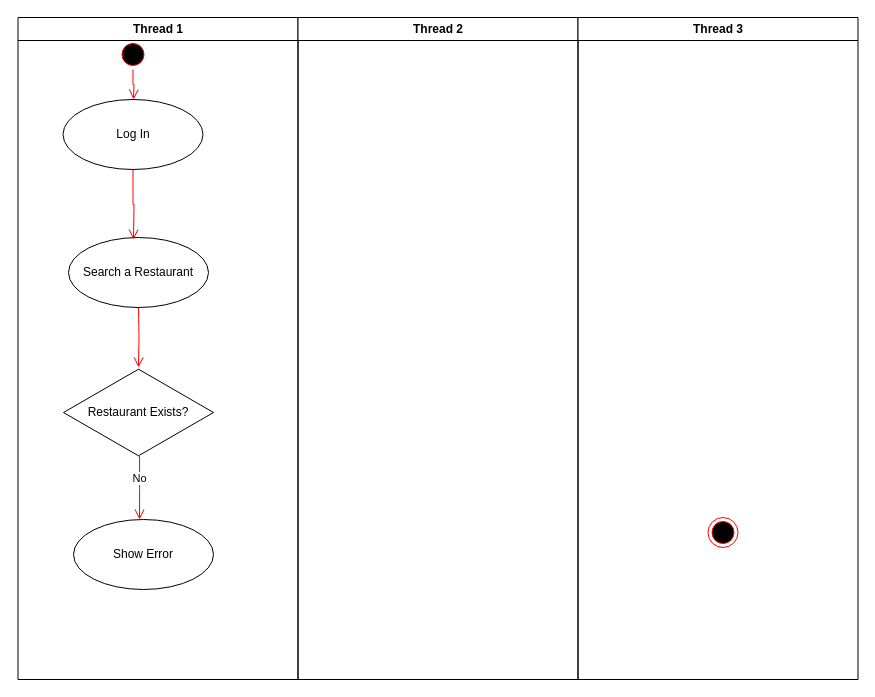
Before: Restaurant Finder Activity Diagram.drawio in prakhardixit248/UpGrad_MS, a draw.io diagram. Source tidied: cells renumbered, new cells numbered last; positions are measured from the earlier drawing's top-left corner, leaving out a move shared by most shapes. Both pictures are drawn from the tidied source at 100%, with x=0, y=0 at pixel (17, 17).
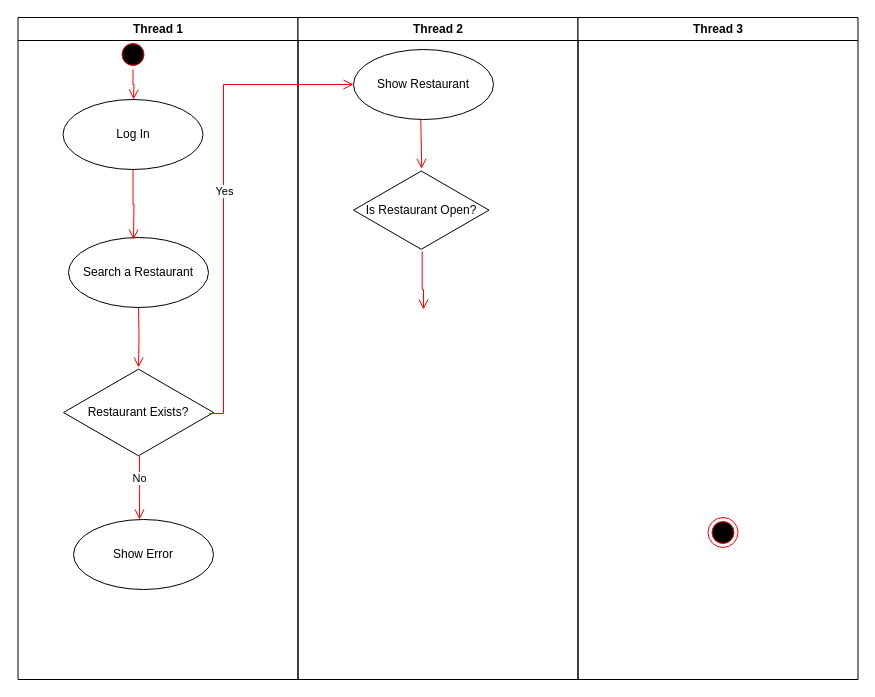
The same page after the edit.

Unchanged cells that the change refers to:
```xml
<mxCell id="6" value="Restaurant Exists?" style="html=1;whiteSpace=wrap;shape=isoRectangle;" parent="2" vertex="1">
  <mxGeometry x="45.5" y="350" width="150" height="90" as="geometry" />
</mxCell>
<mxCell id="10" value="Thread 2" style="swimlane;whiteSpace=wrap;" parent="1" vertex="1">
  <mxGeometry x="280.5" width="280" height="662" as="geometry" />
</mxCell>
```

Diff of the diagram source:
```diff
@@
+    <mxCell id="15" value="Show Restaurant" style="ellipse;whiteSpace=wrap;html=1;" parent="10" vertex="1">
+      <mxGeometry x="55.5" y="32" width="140" height="70" as="geometry" />
+    </mxCell>
+    <mxCell id="16" value="Is Restaurant Open?" style="html=1;whiteSpace=wrap;shape=isoRectangle;" parent="10" vertex="1">
+      <mxGeometry x="55.5" y="152" width="135.5" height="81.3" as="geometry" />
+    </mxCell>
+    <mxCell id="17" style="edgeStyle=orthogonalEdgeStyle;html=1;verticalAlign=bottom;endArrow=open;endSize=8;strokeColor=#ff0000;rounded=0;entryX=0.503;entryY=-0.008;entryDx=0;entryDy=0;entryPerimeter=0;" parent="10" edge="1" target="16">
+      <mxGeometry relative="1" as="geometry">
+        <mxPoint x="122.8" y="102" as="sourcePoint" />
+      </mxGeometry>
+    </mxCell>
+    <mxCell id="18" style="edgeStyle=orthogonalEdgeStyle;html=1;verticalAlign=bottom;endArrow=open;endSize=8;strokeColor=#ff0000;rounded=0;exitX=0.507;exitY=1.009;exitDx=0;exitDy=0;exitPerimeter=0;" parent="10" edge="1" source="16">
+      <mxGeometry relative="1" as="geometry">
+        <mxPoint x="125.5" y="292" as="targetPoint" />
+        <Array as="points">
+          <mxPoint x="124" y="272" />
+          <mxPoint x="126" y="272" />
+        </Array>
+      </mxGeometry>
+    </mxCell>
@@
+    <mxCell id="19" style="edgeStyle=orthogonalEdgeStyle;html=1;verticalAlign=bottom;endArrow=open;endSize=8;strokeColor=#ff0000;rounded=0;exitX=0.973;exitY=0.511;exitDx=0;exitDy=0;exitPerimeter=0;entryX=0;entryY=0.5;entryDx=0;entryDy=0;" parent="1" edge="1" source="6" target="15">
+      <mxGeometry relative="1" as="geometry">
+        <Array as="points">
+          <mxPoint x="206" y="396" />
+          <mxPoint x="206" y="67" />
+        </Array>
+      </mxGeometry>
+    </mxCell>
+    <mxCell id="20" value="Yes" style="edgeLabel;html=1;align=center;verticalAlign=middle;" parent="19" vertex="1">
+      <mxGeometry relative="1" as="geometry" />
+    </mxCell>
```
